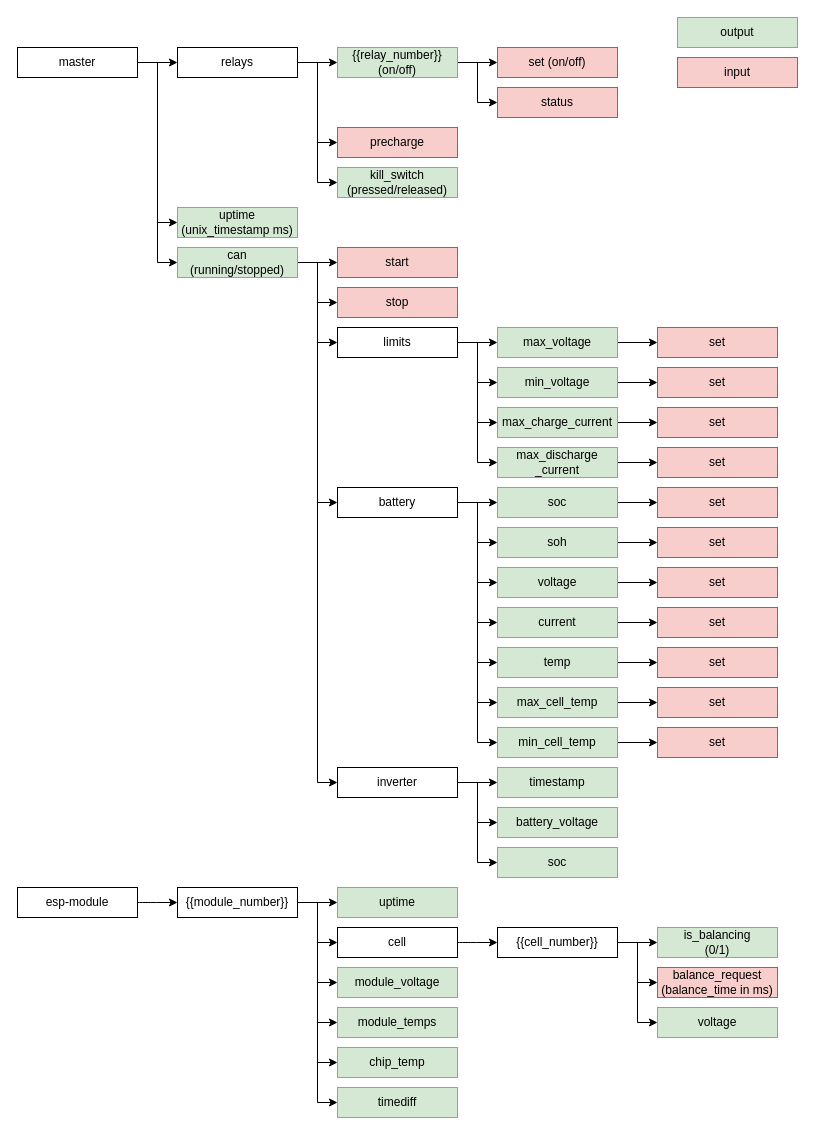
This is mqtt_topics.drawio from SunshadeCorp/EasyBMS-master, a draw.io file, before an edit. Source tidied: cells renumbered, new cells numbered last; positions are measured from the earlier drawing's top-left corner, leaving out a move shared by most shapes. Both pictures are drawn from the tidied source at 100%, with x=0, y=0 at pixel (17, 17).
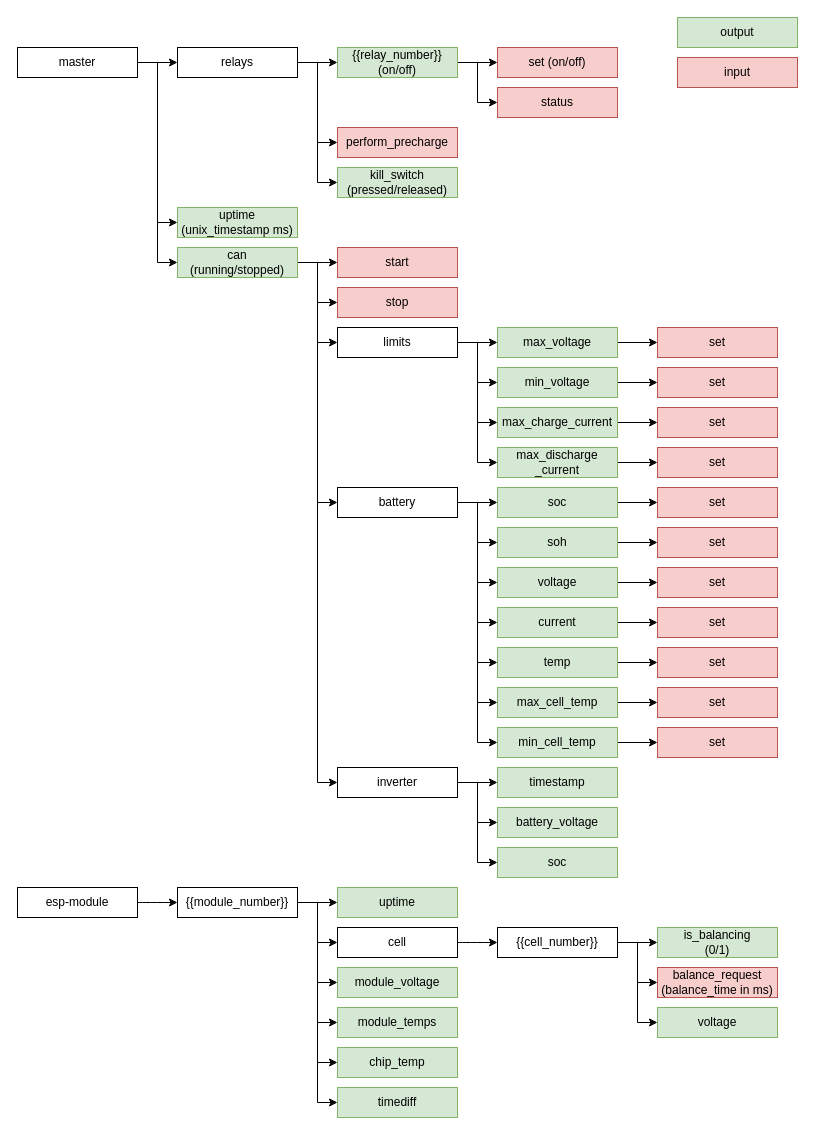
After the change.

Change to the diagram source:
```diff
@@
-    <mxCell id="11" value="precharge" style="rounded=0;whiteSpace=wrap;html=1;fillColor=#f8cecc;strokeColor=#b85450;" parent="1" vertex="1">
+    <mxCell id="11" value="perform_precharge" style="rounded=0;whiteSpace=wrap;html=1;fillColor=#f8cecc;strokeColor=#b85450;" parent="1" vertex="1">
       <mxGeometry x="320" y="110" width="120" height="30" as="geometry" />
     </mxCell>
```
